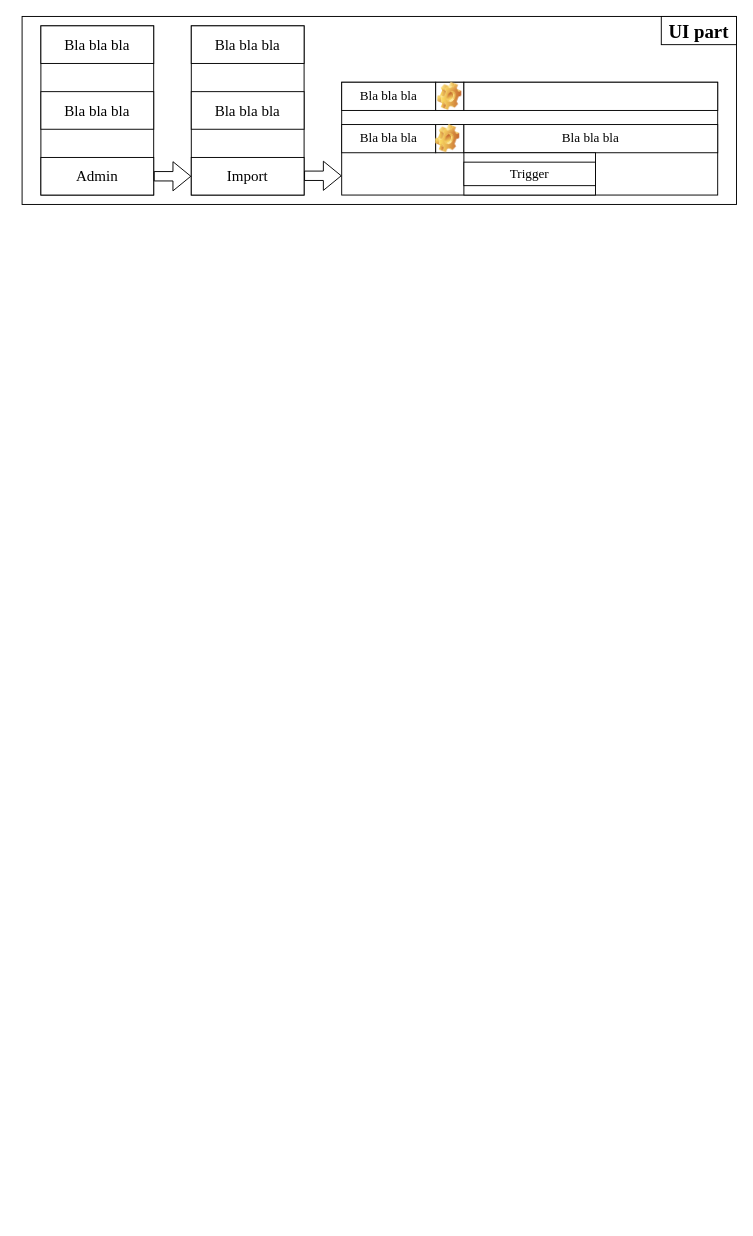
This is src/assets/Untitled Diagram.drawio from ValeryYuntsevich/ag-grid, a draw.io file, before an edit. Source tidied: cells renumbered, new cells numbered last; positions are measured from the earlier drawing's top-left corner, leaving out a move shared by most shapes. Both pictures are drawn from the tidied source at 94%, with x=0, y=0 at pixel (22, 16).
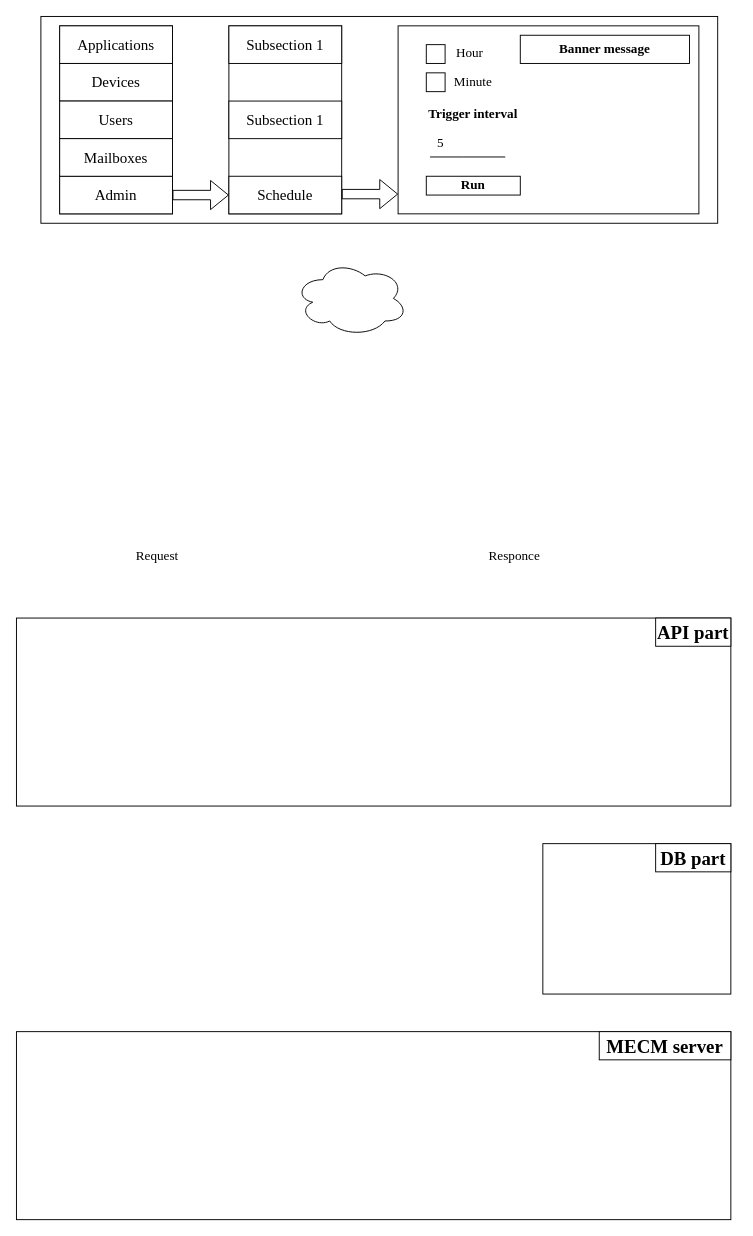
The same diagram, later.

The edit, as a diff of the source:
```diff
@@
     <mxCell id="2" style="rounded=0;whiteSpace=wrap;html=1;" parent="1" vertex="1">
-      <mxGeometry width="760" height="200" as="geometry" />
+      <mxGeometry x="20" width="720" height="220" as="geometry" />
     </mxCell>
     <mxCell id="3" style="rounded=0;whiteSpace=wrap;html=1;fontFamily=Times New Roman;" parent="1" vertex="1">
-      <mxGeometry x="20" y="10" width="120" height="180" as="geometry" />
+      <mxGeometry x="40" y="10" width="120" height="200" as="geometry" />
     </mxCell>
-    <mxCell id="4" value="Bla bla bla" style="rounded=0;whiteSpace=wrap;html=1;fontFamily=Times New Roman;fontSize=16;" parent="1" vertex="1">
-      <mxGeometry x="20" y="10" width="120" height="40" as="geometry" />
+    <mxCell id="4" value="Applications" style="rounded=0;whiteSpace=wrap;html=1;fontFamily=Times New Roman;fontSize=16;" parent="1" vertex="1">
+      <mxGeometry x="40" y="10" width="120" height="40" as="geometry" />
     </mxCell>
-    <mxCell id="5" value="Bla bla bla" style="rounded=0;whiteSpace=wrap;html=1;fontFamily=Times New Roman;fontSize=16;" parent="1" vertex="1">
-      <mxGeometry x="20" y="80" width="120" height="40" as="geometry" />
+    <mxCell id="5" value="Devices" style="rounded=0;whiteSpace=wrap;html=1;fontFamily=Times New Roman;fontSize=16;" parent="1" vertex="1">
+      <mxGeometry x="40" y="50" width="120" height="40" as="geometry" />
     </mxCell>
     <mxCell id="6" value="Admin" style="rounded=0;whiteSpace=wrap;html=1;fontFamily=Times New Roman;fontSize=16;" parent="1" vertex="1">
-      <mxGeometry x="20" y="150" width="120" height="40" as="geometry" />
+      <mxGeometry x="40" y="170" width="120" height="40" as="geometry" />
     </mxCell>
     <mxCell id="7" style="rounded=0;whiteSpace=wrap;html=1;fontFamily=Times New Roman;" parent="1" vertex="1">
-      <mxGeometry x="180" y="10" width="120" height="180" as="geometry" />
+      <mxGeometry x="220" y="10" width="120" height="200" as="geometry" />
     </mxCell>
-    <mxCell id="8" style="shape=flexArrow;endArrow=classic;html=1;rounded=0;fontFamily=Times New Roman;fontSize=16;exitX=1;exitY=0.5;exitDx=0;exitDy=0;entryX=0;entryY=0.889;entryDx=0;entryDy=0;entryPerimeter=0;" parent="1" edge="1" source="6" target="7">
-      <mxGeometry relative="1" as="geometry" />
-    </mxCell>
-    <mxCell id="9" value="Bla bla bla" style="rounded=0;whiteSpace=wrap;html=1;fontFamily=Times New Roman;fontSize=16;" parent="1" vertex="1">
-      <mxGeometry x="180" y="10" width="120" height="40" as="geometry" />
-    </mxCell>
-    <mxCell id="10" value="Bla bla bla" style="rounded=0;whiteSpace=wrap;html=1;fontFamily=Times New Roman;fontSize=16;" parent="1" vertex="1">
-      <mxGeometry x="180" y="80" width="120" height="40" as="geometry" />
+    <mxCell id="10" value="Subsection 1" style="rounded=0;whiteSpace=wrap;html=1;fontFamily=Times New Roman;fontSize=16;" parent="1" vertex="1">
+      <mxGeometry x="220" y="90" width="120" height="40" as="geometry" />
     </mxCell>
-    <mxCell id="11" value="Import" style="rounded=0;whiteSpace=wrap;html=1;fontFamily=Times New Roman;fontSize=16;" parent="1" vertex="1">
-      <mxGeometry x="180" y="150" width="120" height="40" as="geometry" />
+    <mxCell id="11" value="Schedule" style="rounded=0;whiteSpace=wrap;html=1;fontFamily=Times New Roman;fontSize=16;" parent="1" vertex="1">
+      <mxGeometry x="220" y="170" width="120" height="40" as="geometry" />
     </mxCell>
-    <mxCell id="12" value="UI part" style="rounded=0;whiteSpace=wrap;html=1;fontFamily=Times New Roman;fontSize=20;fontStyle=1;" parent="1" vertex="1">
-      <mxGeometry x="680" width="80" height="30" as="geometry" />
-    </mxCell>
-    <mxCell id="13" style="rounded=0;whiteSpace=wrap;html=1;fontFamily=Times New Roman;fontSize=20;" parent="1" vertex="1">
-      <mxGeometry x="340" y="70" width="400" height="120" as="geometry" />
-    </mxCell>
-    <mxCell id="14" value="Bla bla bla" style="rounded=0;whiteSpace=wrap;html=1;fontFamily=Times New Roman;fontSize=14;fontStyle=0;" parent="1" vertex="1">
-      <mxGeometry x="340" y="70" width="100" height="30" as="geometry" />
-    </mxCell>
-    <mxCell id="15" value="Bla bla bla" style="rounded=0;whiteSpace=wrap;html=1;fontFamily=Times New Roman;fontSize=14;fontStyle=0;" parent="1" vertex="1">
-      <mxGeometry x="340" y="115" width="100" height="30" as="geometry" />
-    </mxCell>
-    <mxCell id="16" style="rounded=0;whiteSpace=wrap;html=1;fontFamily=Times New Roman;fontSize=14;" parent="1" vertex="1">
-      <mxGeometry x="440" y="70" width="30" height="30" as="geometry" />
-    </mxCell>
-    <mxCell id="17" style="rounded=0;whiteSpace=wrap;html=1;fontFamily=Times New Roman;fontSize=14;" parent="1" vertex="1">
-      <mxGeometry x="440" y="115" width="30" height="30" as="geometry" />
-    </mxCell>
-    <mxCell id="18" style="shape=flexArrow;endArrow=classic;html=1;rounded=0;fontFamily=Times New Roman;fontSize=16;exitX=1;exitY=0.5;exitDx=0;exitDy=0;entryX=0;entryY=0.889;entryDx=0;entryDy=0;entryPerimeter=0;" parent="1" edge="1">
-      <mxGeometry relative="1" as="geometry">
-        <mxPoint x="300" y="169.5" as="sourcePoint" />
-        <mxPoint x="340" y="169.5" as="targetPoint" />
-      </mxGeometry>
-    </mxCell>
-    <mxCell id="19" value="Bla bla bla" style="rounded=0;whiteSpace=wrap;html=1;fontFamily=Times New Roman;fontSize=14;" parent="1" vertex="1">
-      <mxGeometry x="470" y="115" width="270" height="30" as="geometry" />
-    </mxCell>
-    <mxCell id="20" style="rounded=0;whiteSpace=wrap;html=1;fontFamily=Times New Roman;fontSize=14;" parent="1" vertex="1">
-      <mxGeometry x="470" y="70" width="270" height="30" as="geometry" />
-    </mxCell>
-    <mxCell id="21" style="shape=image;html=1;verticalLabelPosition=bottom;verticalAlign=top;imageAspect=1;image=img/clipart/Gear_128x128.png;fontFamily=Times New Roman;fontSize=14;" parent="1" vertex="1">
-      <mxGeometry x="442.2" y="70" width="25.6" height="30" as="geometry" />
-    </mxCell>
-    <mxCell id="22" style="shape=image;html=1;verticalLabelPosition=bottom;verticalAlign=top;imageAspect=1;image=img/clipart/Gear_128x128.png;fontFamily=Times New Roman;fontSize=14;" parent="1" vertex="1">
-      <mxGeometry x="440" y="115" width="25.6" height="30" as="geometry" />
-    </mxCell>
-    <mxCell id="23" style="rounded=0;whiteSpace=wrap;html=1;fontFamily=Times New Roman;fontSize=14;" parent="1" vertex="1">
-      <mxGeometry x="470" y="145" width="140" height="45" as="geometry" />
-    </mxCell>
-    <mxCell id="24" value="Trigger" style="rounded=0;whiteSpace=wrap;html=1;fontFamily=Times New Roman;fontSize=14;" parent="1" vertex="1">
-      <mxGeometry x="470" y="155" width="140" height="25" as="geometry" />
-    </mxCell>
+    <mxCell id="25" style="rounded=0;whiteSpace=wrap;html=1;" parent="1" vertex="1">
+      <mxGeometry x="-6" y="640" width="760" height="200" as="geometry" />
+    </mxCell>
+    <mxCell id="26" value="API part" style="rounded=0;whiteSpace=wrap;html=1;fontFamily=Times New Roman;fontSize=20;fontStyle=1;" parent="1" vertex="1">
+      <mxGeometry x="674" y="640" width="80" height="30" as="geometry" />
+    </mxCell>
+    <mxCell id="27" value="Request" style="text;html=1;strokeColor=none;fillColor=none;align=center;verticalAlign=middle;whiteSpace=wrap;rounded=0;fontFamily=Times New Roman;fontSize=14;" parent="1" vertex="1">
+      <mxGeometry x="114" y="560" width="60" height="30" as="geometry" />
+    </mxCell>
+    <mxCell id="28" value="Responce" style="text;html=1;strokeColor=none;fillColor=none;align=center;verticalAlign=middle;whiteSpace=wrap;rounded=0;fontFamily=Times New Roman;fontSize=14;" parent="1" vertex="1">
+      <mxGeometry x="494" y="560" width="60" height="30" as="geometry" />
+    </mxCell>
+    <mxCell id="29" style="rounded=0;whiteSpace=wrap;html=1;" parent="1" vertex="1">
+      <mxGeometry x="-6" y="1080" width="760" height="200" as="geometry" />
+    </mxCell>
+    <mxCell id="30" value="MECM server" style="rounded=0;whiteSpace=wrap;html=1;fontFamily=Times New Roman;fontSize=20;fontStyle=1;" parent="1" vertex="1">
+      <mxGeometry x="614" y="1080" width="140" height="30" as="geometry" />
+    </mxCell>
+    <mxCell id="31" style="rounded=0;whiteSpace=wrap;html=1;fontFamily=Times New Roman;fontSize=14;strokeWidth=1;" parent="1" vertex="1">
+      <mxGeometry x="554" y="880" width="200" height="160" as="geometry" />
+    </mxCell>
+    <mxCell id="32" value="DB part" style="rounded=0;whiteSpace=wrap;html=1;fontFamily=Times New Roman;fontSize=20;fontStyle=1;" parent="1" vertex="1">
+      <mxGeometry x="674" y="880" width="80" height="30" as="geometry" />
+    </mxCell>
+    <mxCell id="33" value="Users" style="rounded=0;whiteSpace=wrap;html=1;fontFamily=Times New Roman;fontSize=16;" parent="1" vertex="1">
+      <mxGeometry x="40" y="90" width="120" height="40" as="geometry" />
+    </mxCell>
+    <mxCell id="34" value="Mailboxes" style="rounded=0;whiteSpace=wrap;html=1;fontFamily=Times New Roman;fontSize=16;" parent="1" vertex="1">
+      <mxGeometry x="40" y="130" width="120" height="40" as="geometry" />
+    </mxCell>
+    <mxCell id="35" value="Subsection 1" style="rounded=0;whiteSpace=wrap;html=1;fontFamily=Times New Roman;fontSize=16;" parent="1" vertex="1">
+      <mxGeometry x="220" y="10" width="120" height="40" as="geometry" />
+    </mxCell>
+    <mxCell id="36" style="shape=flexArrow;endArrow=classic;html=1;rounded=0;fontFamily=Times New Roman;fontSize=14;exitX=1;exitY=0.5;exitDx=0;exitDy=0;entryX=0;entryY=0.5;entryDx=0;entryDy=0;" parent="1" edge="1" source="6" target="11">
+      <mxGeometry relative="1" as="geometry" />
+    </mxCell>
+    <mxCell id="37" style="rounded=0;whiteSpace=wrap;html=1;fontFamily=Times New Roman;fontSize=14;strokeWidth=1;" parent="1" vertex="1">
+      <mxGeometry x="400" y="10" width="320" height="200" as="geometry" />
+    </mxCell>
+    <mxCell id="38" value="Trigger interval" style="text;html=1;strokeColor=none;fillColor=none;align=center;verticalAlign=middle;whiteSpace=wrap;rounded=0;fontFamily=Times New Roman;fontSize=14;fontStyle=1;" parent="1" vertex="1">
+      <mxGeometry x="410" y="90" width="140" height="30" as="geometry" />
+    </mxCell>
+    <mxCell id="39" style="endArrow=none;html=1;rounded=0;fontFamily=Times New Roman;fontSize=14;" parent="1" edge="1">
+      <mxGeometry relative="1" as="geometry">
+        <mxPoint x="434" y="149.5" as="sourcePoint" />
+        <mxPoint x="514" y="149.5" as="targetPoint" />
+        <Array as="points">
+          <mxPoint x="470" y="149.5" />
+        </Array>
+      </mxGeometry>
+    </mxCell>
+    <mxCell id="40" value="5" style="text;html=1;strokeColor=none;fillColor=none;align=left;verticalAlign=middle;whiteSpace=wrap;rounded=0;fontFamily=Times New Roman;fontSize=14;" parent="1" vertex="1">
+      <mxGeometry x="440" y="120" width="20" height="30" as="geometry" />
+    </mxCell>
+    <mxCell id="41" value="Hour" style="text;html=1;strokeColor=none;fillColor=none;align=left;verticalAlign=middle;whiteSpace=wrap;rounded=0;fontFamily=Times New Roman;fontSize=14;" parent="1" vertex="1">
+      <mxGeometry x="460" y="30" width="40" height="20" as="geometry" />
+    </mxCell>
+    <mxCell id="42" style="whiteSpace=wrap;html=1;fontFamily=Times New Roman;fontSize=14;strokeWidth=1;" parent="1" vertex="1">
+      <mxGeometry x="430" y="30" width="20" height="20" as="geometry" />
+    </mxCell>
+    <mxCell id="43" style="whiteSpace=wrap;html=1;fontFamily=Times New Roman;fontSize=14;strokeWidth=1;" parent="1" vertex="1">
+      <mxGeometry x="430" y="60" width="20" height="20" as="geometry" />
+    </mxCell>
+    <mxCell id="44" value="Minute" style="text;html=1;strokeColor=none;fillColor=none;align=center;verticalAlign=middle;whiteSpace=wrap;rounded=0;fontFamily=Times New Roman;fontSize=14;" parent="1" vertex="1">
+      <mxGeometry x="460" y="60" width="40" height="20" as="geometry" />
+    </mxCell>
+    <mxCell id="45" value="Run" style="rounded=0;whiteSpace=wrap;html=1;fontFamily=Times New Roman;fontSize=14;strokeWidth=1;fontStyle=1;" parent="1" vertex="1">
+      <mxGeometry x="430" y="170" width="100" height="20" as="geometry" />
+    </mxCell>
+    <mxCell id="46" style="shape=flexArrow;endArrow=classic;html=1;rounded=0;fontFamily=Times New Roman;fontSize=14;exitX=1;exitY=0.5;exitDx=0;exitDy=0;entryX=0;entryY=0.5;entryDx=0;entryDy=0;" parent="1" edge="1">
+      <mxGeometry relative="1" as="geometry">
+        <mxPoint x="340" y="189" as="sourcePoint" />
+        <mxPoint x="400" y="189" as="targetPoint" />
+      </mxGeometry>
+    </mxCell>
+    <mxCell id="47" value="Banner message" style="rounded=0;whiteSpace=wrap;html=1;fontFamily=Times New Roman;fontSize=14;strokeWidth=1;fontStyle=1;" parent="1" vertex="1">
+      <mxGeometry x="530" y="20" width="180" height="30" as="geometry" />
+    </mxCell>
+    <mxCell id="48" style="ellipse;shape=cloud;whiteSpace=wrap;html=1;fontFamily=Times New Roman;fontSize=14;strokeWidth=1;" parent="1" vertex="1">
+      <mxGeometry x="290" y="260" width="120" height="80" as="geometry" />
+    </mxCell>
```
